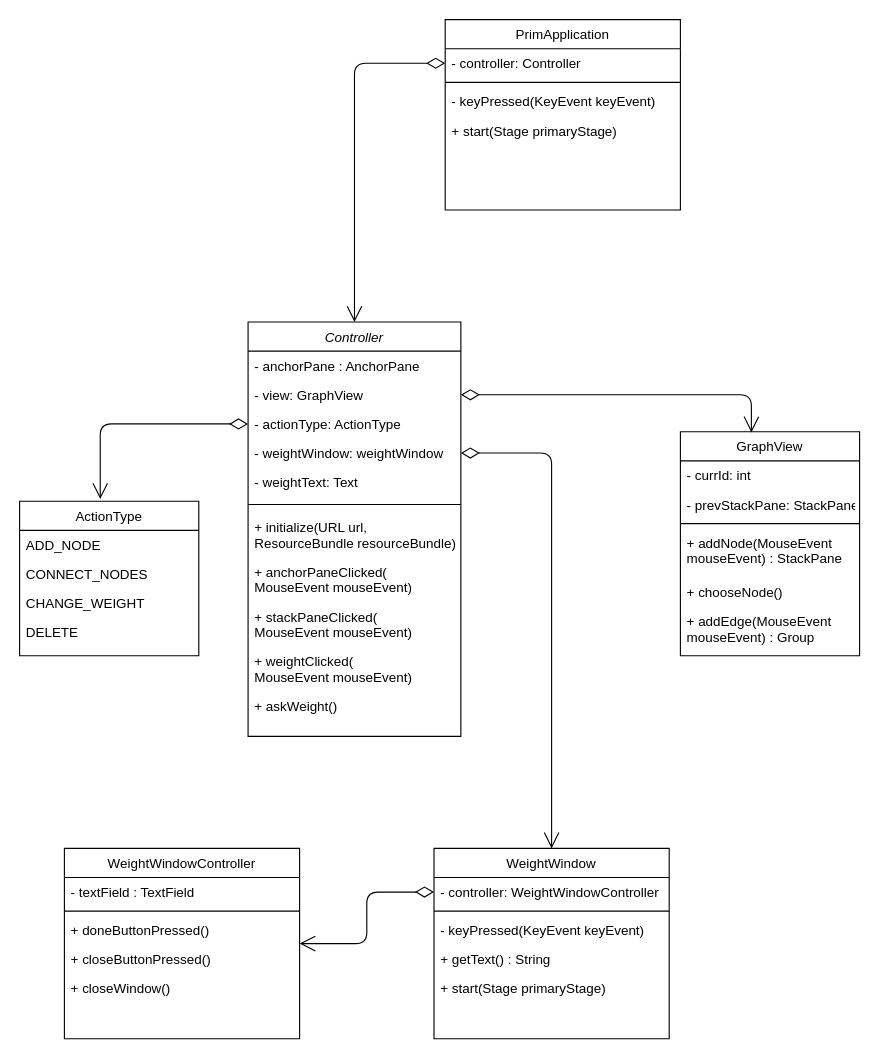
This is reports/UML/class.drawio from dkamakin/Practice-SPbETU-2021, a draw.io file, before an edit. Source tidied: cells renumbered, new cells numbered last; positions are measured from the earlier drawing's top-left corner, leaving out a move shared by most shapes. Both pictures are drawn from the tidied source at 112%, with x=0, y=0 at pixel (19, 19).
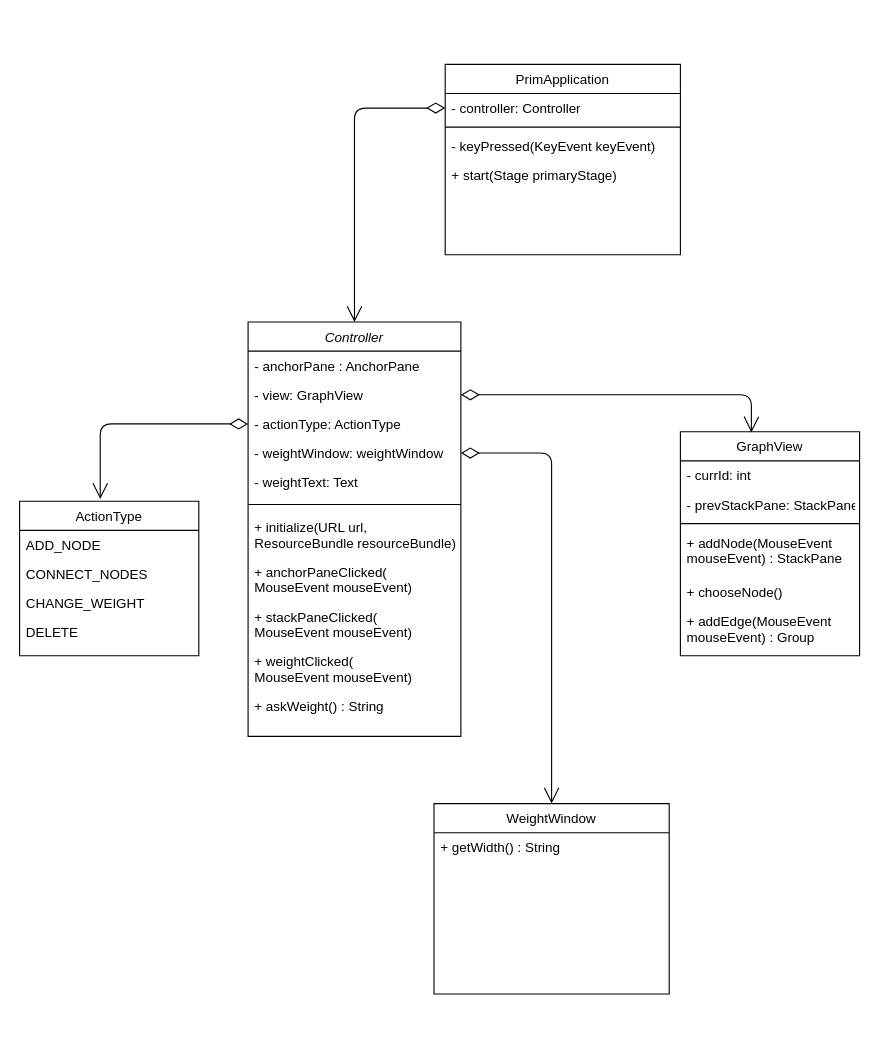
The same page after the edit.

The change refers to these unchanged cells:
```xml
<mxCell id="2" value="Controller" style="swimlane;fontStyle=2;align=center;verticalAlign=top;horizontal=1;startSize=26;rounded=0;shadow=0;strokeWidth=1;" parent="1" vertex="1">
  <mxGeometry x="204" y="270" width="190" height="370" as="geometry" />
</mxCell>
```

The edit, as a diff of the source:
```diff
@@
-    <mxCell id="13" value="+ askWeight()" style="text;align=left;verticalAlign=top;spacingLeft=4;spacingRight=4;overflow=hidden;rounded=0;shadow=0;html=0;" parent="2" vertex="1">
+    <mxCell id="13" value="+ askWeight() : String&#10;" style="text;align=left;verticalAlign=top;spacingLeft=4;spacingRight=4;overflow=hidden;rounded=0;shadow=0;html=0;" parent="2" vertex="1">
       <mxGeometry y="330" width="190" height="40" as="geometry" />
     </mxCell>
@@
     <mxCell id="19" value="WeightWindow" style="swimlane;fontStyle=0;align=center;verticalAlign=top;horizontal=1;startSize=26;rounded=0;shadow=0;strokeWidth=1;" parent="1" vertex="1">
-      <mxGeometry x="370" y="740" width="210" height="170" as="geometry" />
+      <mxGeometry x="370" y="700" width="210" height="170" as="geometry" />
     </mxCell>
-    <mxCell id="20" value="- controller: WeightWindowController&#10;" style="text;align=left;verticalAlign=top;spacingLeft=4;spacingRight=4;overflow=hidden;points=[[0,0.5],[1,0.5]];portConstraint=eastwest;" parent="19" vertex="1">
-      <mxGeometry y="26" width="210" height="26" as="geometry" />
-    </mxCell>
-    <mxCell id="21" style="line;html=1;strokeWidth=1;align=left;verticalAlign=middle;spacingTop=-1;spacingLeft=3;spacingRight=3;labelPosition=right;" parent="19" vertex="1">
-      <mxGeometry y="52" width="210" height="8" as="geometry" />
-    </mxCell>
-    <mxCell id="22" value="- keyPressed(KeyEvent keyEvent)" style="text;align=left;verticalAlign=top;spacingLeft=4;spacingRight=4;overflow=hidden;" parent="19" vertex="1">
-      <mxGeometry y="60" width="210" height="26" as="geometry" />
-    </mxCell>
-    <mxCell id="23" value="+ getText() : String" style="text;align=left;verticalAlign=top;spacingLeft=4;spacingRight=4;overflow=hidden;" parent="19" vertex="1">
-      <mxGeometry y="86" width="210" height="26" as="geometry" />
+    <mxCell id="23" value="+ getWidth() : String" style="text;align=left;verticalAlign=top;spacingLeft=4;spacingRight=4;overflow=hidden;" parent="19" vertex="1">
+      <mxGeometry y="26" width="210" height="26" as="geometry" />
     </mxCell>
-    <mxCell id="24" value="+ start(Stage primaryStage)" style="text;align=left;verticalAlign=top;spacingLeft=4;spacingRight=4;overflow=hidden;" parent="19" vertex="1">
-      <mxGeometry y="112" width="210" height="26" as="geometry" />
-    </mxCell>
@@
-    <mxCell id="35" value="WeightWindowController" style="swimlane;fontStyle=0;align=center;verticalAlign=top;horizontal=1;startSize=26;rounded=0;shadow=0;strokeWidth=1;" parent="1" vertex="1">
-      <mxGeometry x="40" y="740" width="210" height="170" as="geometry" />
-    </mxCell>
-    <mxCell id="36" value="- textField : TextField" style="text;align=left;verticalAlign=top;spacingLeft=4;spacingRight=4;overflow=hidden;" parent="35" vertex="1">
-      <mxGeometry y="26" width="210" height="26" as="geometry" />
-    </mxCell>
-    <mxCell id="37" style="line;html=1;strokeWidth=1;align=left;verticalAlign=middle;spacingTop=-1;spacingLeft=3;spacingRight=3;labelPosition=right;" parent="35" vertex="1">
-      <mxGeometry y="52" width="210" height="8" as="geometry" />
-    </mxCell>
-    <mxCell id="38" value="+ doneButtonPressed()" style="text;align=left;verticalAlign=top;spacingLeft=4;spacingRight=4;overflow=hidden;" parent="35" vertex="1">
-      <mxGeometry y="60" width="210" height="26" as="geometry" />
-    </mxCell>
-    <mxCell id="39" value="+ closeButtonPressed()" style="text;align=left;verticalAlign=top;spacingLeft=4;spacingRight=4;overflow=hidden;" parent="35" vertex="1">
-      <mxGeometry y="86" width="210" height="26" as="geometry" />
-    </mxCell>
-    <mxCell id="40" value="+ closeWindow()" style="text;align=left;verticalAlign=top;spacingLeft=4;spacingRight=4;overflow=hidden;" parent="35" vertex="1">
-      <mxGeometry y="112" width="210" height="26" as="geometry" />
-    </mxCell>
-    <mxCell id="41" value="&lt;br&gt;" style="endArrow=open;html=1;endSize=12;startArrow=diamondThin;startSize=14;startFill=0;edgeStyle=orthogonalEdgeStyle;exitX=0;exitY=0.5;exitDx=0;exitDy=0;" parent="1" edge="1" source="20" target="35">
-      <mxGeometry relative="1" as="geometry" />
-    </mxCell>
     <mxCell id="42" value="PrimApplication" style="swimlane;fontStyle=0;align=center;verticalAlign=top;horizontal=1;startSize=26;rounded=0;shadow=0;strokeWidth=1;" parent="1" vertex="1">
-      <mxGeometry x="380" width="210" height="170" as="geometry" />
+      <mxGeometry x="380" y="40" width="210" height="170" as="geometry" />
     </mxCell>
```
